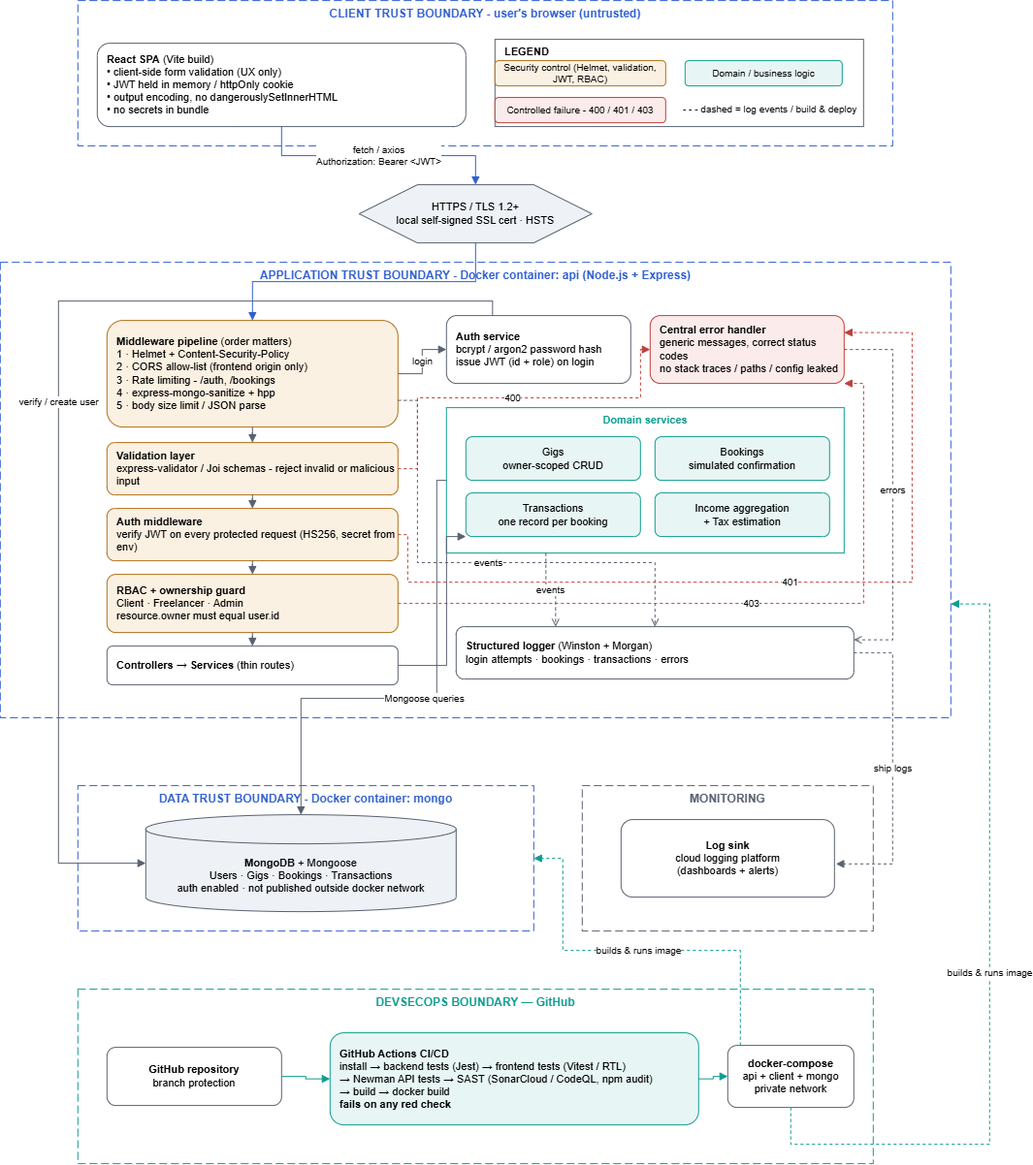
Earlier version of the draw.io export HustleHub-Architecture.png (PatrickS-04/HustleHub_Freelance_Platform). Source tidied: cells renumbered, new cells last; positions are measured from the earlier drawing's top-left corner, leaving out a move shared by most shapes.
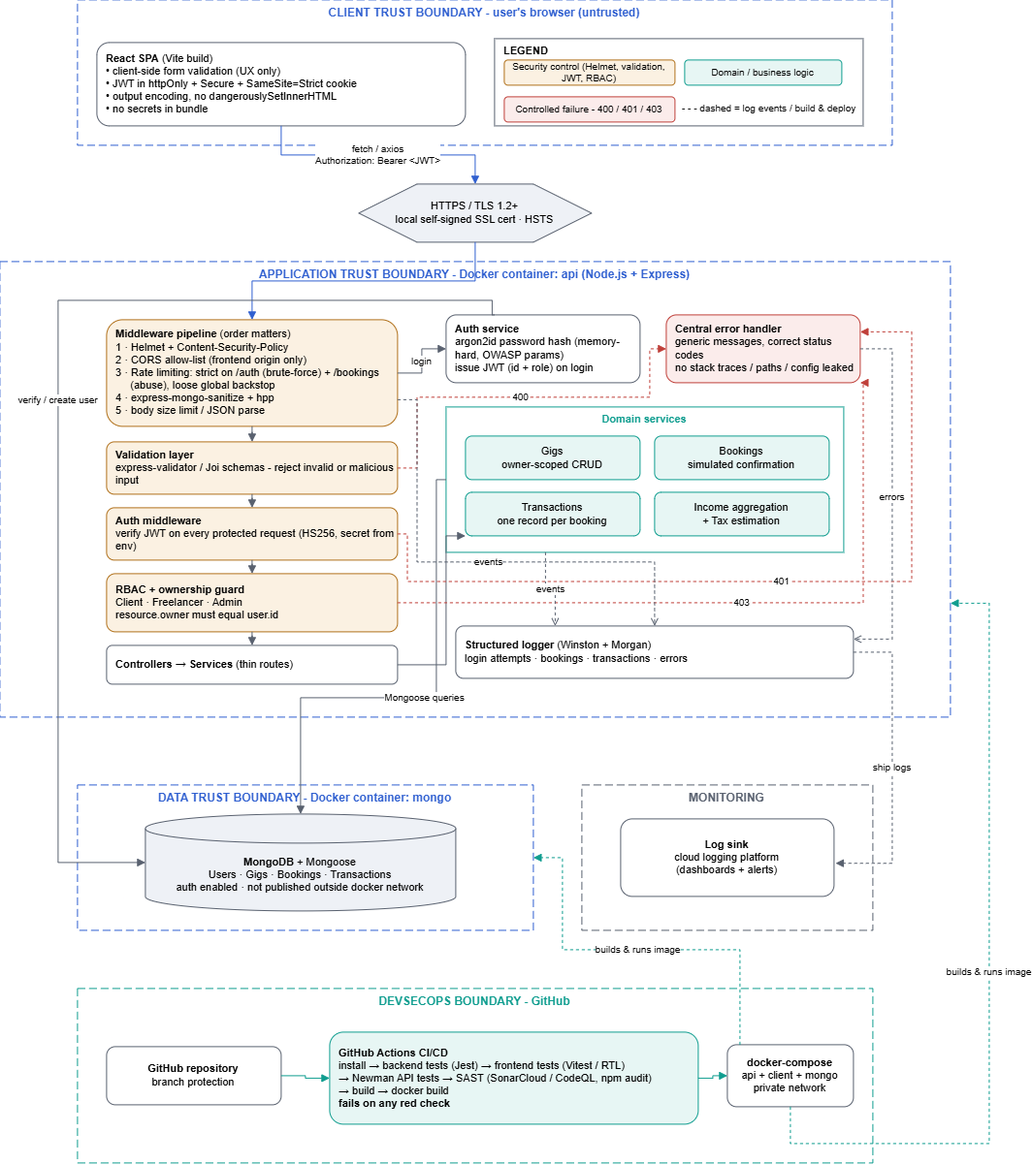
The same diagram one commit later.

What changed in the source:
```diff
@@ -14,16 +14,16 @@
     <mxCell id="5" value="MONITORING" style="rounded=0;whiteSpace=wrap;html=1;fillColor=none;strokeColor=#59616F;dashed=1;dashPattern=8 4;verticalAlign=top;fontStyle=1;fontColor=#59616F;fontSize=12;" parent="1" vertex="1">
       <mxGeometry x="600" y="810" width="300" height="150" as="geometry" />
     </mxCell>
-    <mxCell id="6" value="DEVSECOPS BOUNDARY  —  GitHub" style="rounded=0;whiteSpace=wrap;html=1;fillColor=none;strokeColor=#0F9D8F;dashed=1;dashPattern=8 4;verticalAlign=top;fontStyle=1;fontColor=#0F9D8F;fontSize=12;" parent="1" vertex="1">
+    <mxCell id="6" value="DEVSECOPS BOUNDARY - GitHub" style="rounded=0;whiteSpace=wrap;html=1;fillColor=none;strokeColor=#0F9D8F;dashed=1;dashPattern=8 4;verticalAlign=top;fontStyle=1;fontColor=#0F9D8F;fontSize=12;" parent="1" vertex="1">
       <mxGeometry x="80" y="1020" width="820" height="180" as="geometry" />
     </mxCell>
-    <mxCell id="7" value="&lt;b&gt;React SPA&lt;/b&gt; (Vite build)&lt;br&gt;• client-side form validation (UX only)&lt;br&gt;• JWT held in memory / httpOnly cookie&lt;br&gt;• output encoding, no dangerouslySetInnerHTML&lt;br&gt;• no secrets in bundle" style="rounded=1;whiteSpace=wrap;html=1;fillColor=#FFFFFF;strokeColor=#59616F;fontSize=11;align=left;spacingLeft=8;" parent="1" vertex="1">
+    <mxCell id="7" value="&lt;b&gt;React SPA&lt;/b&gt; (Vite build)&lt;br&gt;• client-side form validation (UX only)&lt;br&gt;•&amp;nbsp;JWT in httpOnly + Secure + SameSite=Strict cookie&lt;br&gt;• output encoding, no dangerouslySetInnerHTML&lt;br&gt;• no secrets in bundle" style="rounded=1;whiteSpace=wrap;html=1;fillColor=#FFFFFF;strokeColor=#59616F;fontSize=11;align=left;spacingLeft=8;" parent="1" vertex="1">
       <mxGeometry x="100" y="44" width="380" height="86" as="geometry" />
     </mxCell>
     <mxCell id="8" value="HTTPS / TLS 1.2+&lt;br&gt;local self-signed SSL cert · HSTS" style="shape=hexagon;perimeter=hexagonPerimeter2;whiteSpace=wrap;html=1;fillColor=#EEF1F6;strokeColor=#59616F;fontSize=11;" parent="1" vertex="1">
       <mxGeometry x="370" y="190" width="240" height="60" as="geometry" />
     </mxCell>
-    <mxCell id="9" value="&lt;b&gt;Middleware pipeline&lt;/b&gt; (order matters)&lt;br&gt;1 · Helmet + Content-Security-Policy&lt;br&gt;2 · CORS allow-list (frontend origin only)&lt;br&gt;3 · Rate limiting - /auth, /bookings&lt;br&gt;4 · express-mongo-sanitize + hpp&lt;br&gt;5 · body size limit / JSON parse" style="rounded=1;whiteSpace=wrap;html=1;fillColor=#FBF1E2;strokeColor=#B0701A;fontSize=11;align=left;spacingLeft=8;" parent="1" vertex="1">
+    <mxCell id="9" value="&lt;b&gt;Middleware pipeline&lt;/b&gt; (order matters)&lt;br&gt;1 · Helmet + Content-Security-Policy&lt;br&gt;2 · CORS allow-list (frontend origin only)&lt;br&gt;3 · Rate limiting: strict on /auth (brute-force) + /bookings&amp;nbsp; &amp;nbsp; &amp;nbsp; &amp;nbsp; &amp;nbsp; &amp;nbsp;(abuse), loose global backstop&lt;br&gt;4 · express-mongo-sanitize + hpp&lt;br&gt;5 · body size limit / JSON parse" style="rounded=1;whiteSpace=wrap;html=1;fillColor=#FBF1E2;strokeColor=#B0701A;fontSize=11;align=left;spacingLeft=8;" parent="1" vertex="1">
       <mxGeometry x="110" y="330" width="300" height="110" as="geometry" />
     </mxCell>
     <mxCell id="10" value="&lt;b&gt;Validation layer&lt;/b&gt;&lt;br&gt;express-validator / Joi schemas - reject invalid or malicious input" style="rounded=1;whiteSpace=wrap;html=1;fillColor=#FBF1E2;strokeColor=#B0701A;fontSize=11;align=left;spacingLeft=8;" parent="1" vertex="1">
@@ -38,11 +38,11 @@
     <mxCell id="13" value="&lt;b&gt;Controllers → Services&lt;/b&gt; (thin routes)" style="rounded=1;whiteSpace=wrap;html=1;fillColor=#FFFFFF;strokeColor=#59616F;fontSize=11;align=left;spacingLeft=8;" parent="1" vertex="1">
       <mxGeometry x="110" y="666" width="300" height="40" as="geometry" />
     </mxCell>
-    <mxCell id="14" value="&lt;b&gt;Auth service&lt;/b&gt;&lt;br&gt;bcrypt / argon2 password hash&lt;br&gt;issue JWT (id + role) on login" style="rounded=1;whiteSpace=wrap;html=1;fillColor=#FFFFFF;strokeColor=#59616F;fontSize=11;align=left;spacingLeft=8;" parent="1" vertex="1">
-      <mxGeometry x="460" y="325" width="190" height="70" as="geometry" />
+    <mxCell id="14" value="&lt;b&gt;Auth service&lt;/b&gt;&lt;br&gt;argon2id password hash (memory-hard, OWASP params)&lt;br&gt;issue JWT (id + role) on login" style="rounded=1;whiteSpace=wrap;html=1;fillColor=#FFFFFF;strokeColor=#59616F;fontSize=11;align=left;spacingLeft=8;" parent="1" vertex="1">
+      <mxGeometry x="460" y="325" width="200" height="70" as="geometry" />
     </mxCell>
     <mxCell id="15" value="&lt;b&gt;Central error handler&lt;/b&gt;&lt;br&gt;generic messages, correct status codes&lt;br&gt;no stack traces / paths / config leaked" style="rounded=1;whiteSpace=wrap;html=1;fillColor=#FBECEB;strokeColor=#BF3F39;fontSize=11;align=left;spacingLeft=8;" parent="1" vertex="1">
-      <mxGeometry x="670" y="325" width="200" height="70" as="geometry" />
+      <mxGeometry x="687" y="325" width="200" height="70" as="geometry" />
     </mxCell>
     <mxCell id="16" value="Domain services" style="rounded=0;whiteSpace=wrap;html=1;fillColor=none;strokeColor=#0F9D8F;verticalAlign=top;fontStyle=1;fontColor=#0F9D8F;fontSize=11;" parent="1" vertex="1">
       <mxGeometry x="460" y="420" width="410" height="150" as="geometry" />
@@ -127,10 +127,10 @@
     <mxCell id="37" value="400" style="edgeStyle=orthogonalEdgeStyle;rounded=0;html=1;strokeColor=#BF3F39;fontSize=10;dashed=1;endArrow=block;exitX=1;exitY=0.5;entryX=0;entryY=0.5;entryDx=0;entryDy=0;" parent="1" edge="1" source="10" target="15">
       <mxGeometry relative="1" as="geometry">
         <Array as="points">
-          <mxPoint x="430" y="483" />
-          <mxPoint x="430" y="410" />
-          <mxPoint x="660" y="410" />
-          <mxPoint x="660" y="360" />
+          <mxPoint x="430.1" y="483" />
+          <mxPoint x="430.1" y="409.9" />
+          <mxPoint x="670" y="409.9" />
+          <mxPoint x="670" y="360" />
         </Array>
       </mxGeometry>
     </mxCell>
@@ -208,13 +208,13 @@
       <mxGeometry x="510" y="40" width="380" height="90" as="geometry" />
     </mxCell>
     <mxCell id="49" value="Security control (Helmet, validation, JWT, RBAC)" style="rounded=1;whiteSpace=wrap;html=1;fillColor=#FBF1E2;strokeColor=#B0701A;fontSize=10;" parent="1" vertex="1">
-      <mxGeometry x="510" y="62" width="176" height="26" as="geometry" />
+      <mxGeometry x="520" y="62" width="176" height="26" as="geometry" />
     </mxCell>
     <mxCell id="50" value="Domain / business logic" style="rounded=1;whiteSpace=wrap;html=1;fillColor=#E7F6F4;strokeColor=#0F9D8F;fontSize=10;" parent="1" vertex="1">
       <mxGeometry x="706" y="62" width="162" height="26" as="geometry" />
     </mxCell>
     <mxCell id="51" value="Controlled failure - 400 / 401 / 403" style="rounded=1;whiteSpace=wrap;html=1;fillColor=#FBECEB;strokeColor=#BF3F39;fontSize=10;" parent="1" vertex="1">
-      <mxGeometry x="510" y="100" width="176" height="26" as="geometry" />
+      <mxGeometry x="520" y="100" width="176" height="26" as="geometry" />
     </mxCell>
     <mxCell id="52" value="- - - dashed = log events / build &amp; deploy" style="text;html=1;fontSize=10;align=left;spacingLeft=4;" parent="1" vertex="1">
       <mxGeometry x="698" y="100" width="162" height="26" as="geometry" />
```
